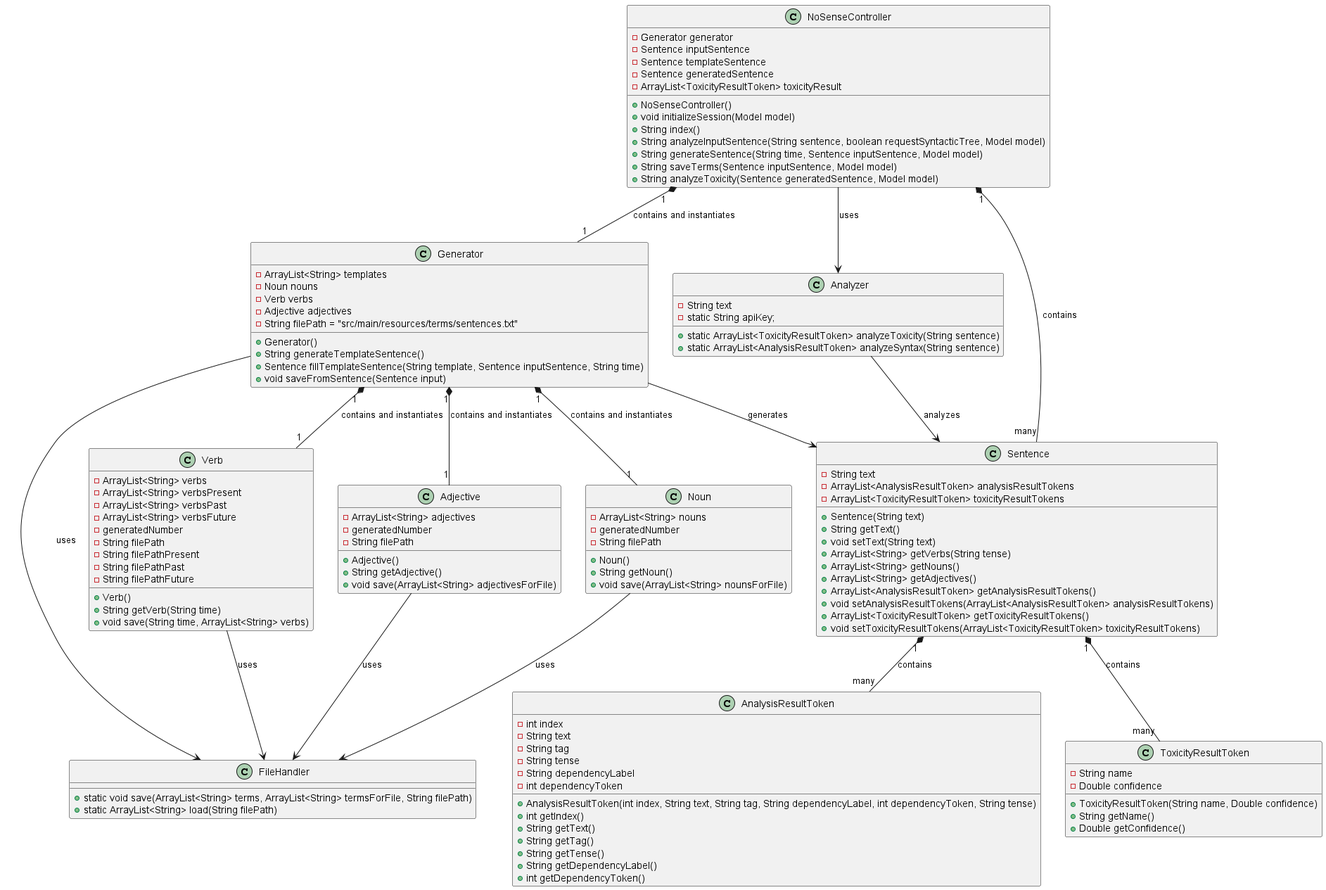
Earlier version of the PlantUML export docs/classdiagram.png (Giovi2004/NoSenseGenerator).
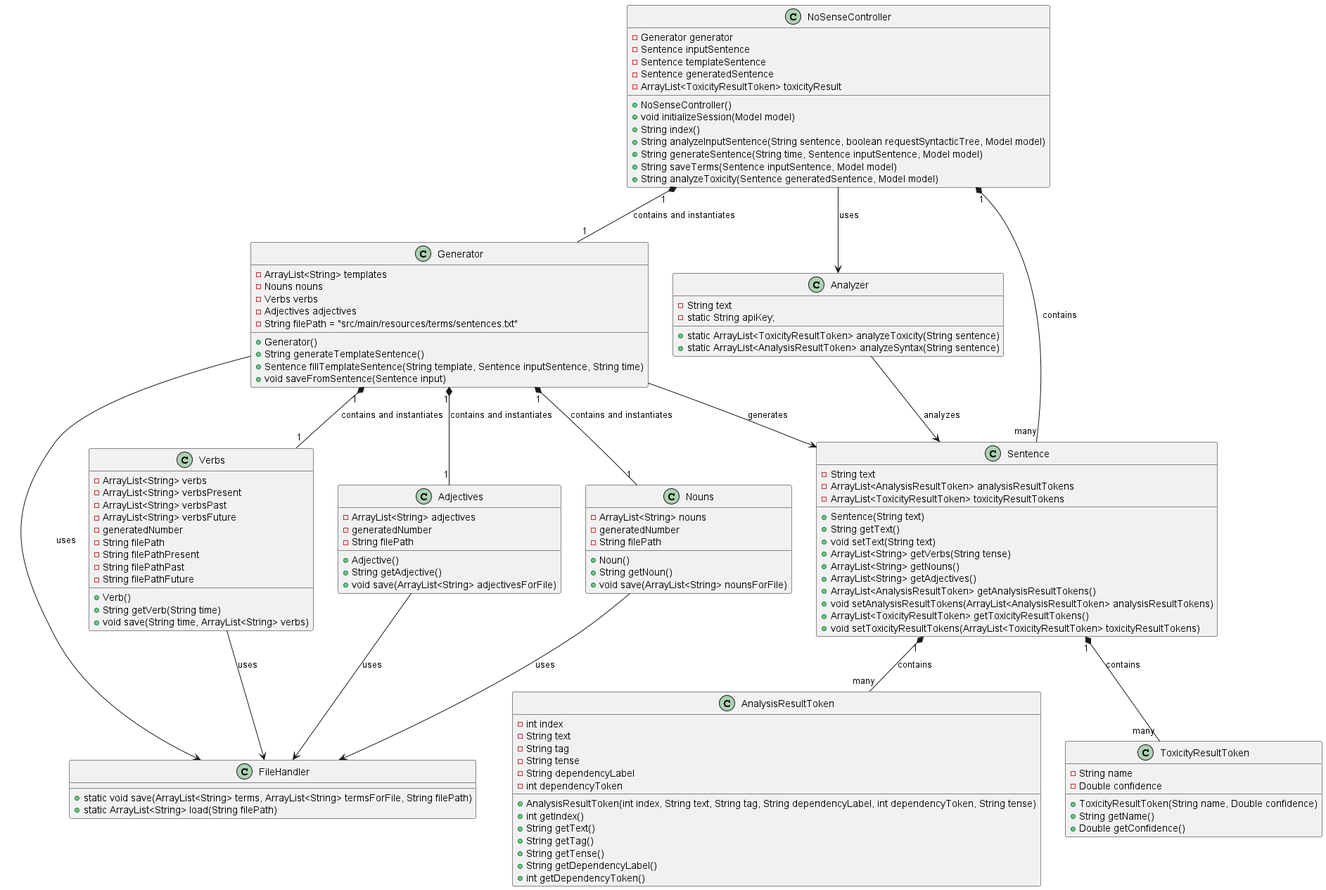
Later version of the same file.

Change to the diagram source:
```diff
@@ -17,7 +17,7 @@
 }
 
 
-class Noun {
+class Nouns {
     -ArrayList<String> nouns
     -generatedNumber
     -String filePath
@@ -25,7 +25,7 @@
     +String getNoun()
     +void save(ArrayList<String> nounsForFile)
 }
-class Verb {
+class Verbs {
     -ArrayList<String> verbs
     -ArrayList<String> verbsPresent
     -ArrayList<String> verbsPast
@@ -39,7 +39,7 @@
     +String getVerb(String time)
     +void save(String time, ArrayList<String> verbs)
 }
-class Adjective {
+class Adjectives {
     -ArrayList<String> adjectives
     -generatedNumber
     -String filePath
@@ -65,9 +65,9 @@
 
 class Generator {
     -ArrayList<String> templates
-    -Noun nouns
-    -Verb verbs
-    -Adjective adjectives
+    -Nouns nouns
+    -Verbs verbs
+    -Adjectives adjectives
     -String filePath = "src/main/resources/terms/sentences.txt"
     +Generator()
     +String generateTemplateSentence()
@@ -114,13 +114,13 @@
 Generator -->Sentence : generates
 NoSenseController --> Analyzer : uses
 Analyzer --> Sentence : analyzes
-Generator "1" *-- "1" Noun : contains and instantiates
-Generator "1" *-- "1" Verb : contains and instantiates
-Generator "1" *-- "1" Adjective : contains and instantiates
+Generator "1" *-- "1" Nouns : contains and instantiates
+Generator "1" *-- "1" Verbs : contains and instantiates
+Generator "1" *-- "1" Adjectives : contains and instantiates
 NoSenseController "1" *-- "1" Generator : contains and instantiates
-Noun  --> FileHandler : uses
-Verb  --> FileHandler : uses
-Adjective  --> FileHandler : uses
+Nouns  --> FileHandler : uses
+Verbs  --> FileHandler : uses
+Adjectives  --> FileHandler : uses
 Generator  --> FileHandler : uses
 Sentence "1" *-- "many" AnalysisResultToken : contains
 Sentence "1" *-- "many" ToxicityResultToken : contains
```
